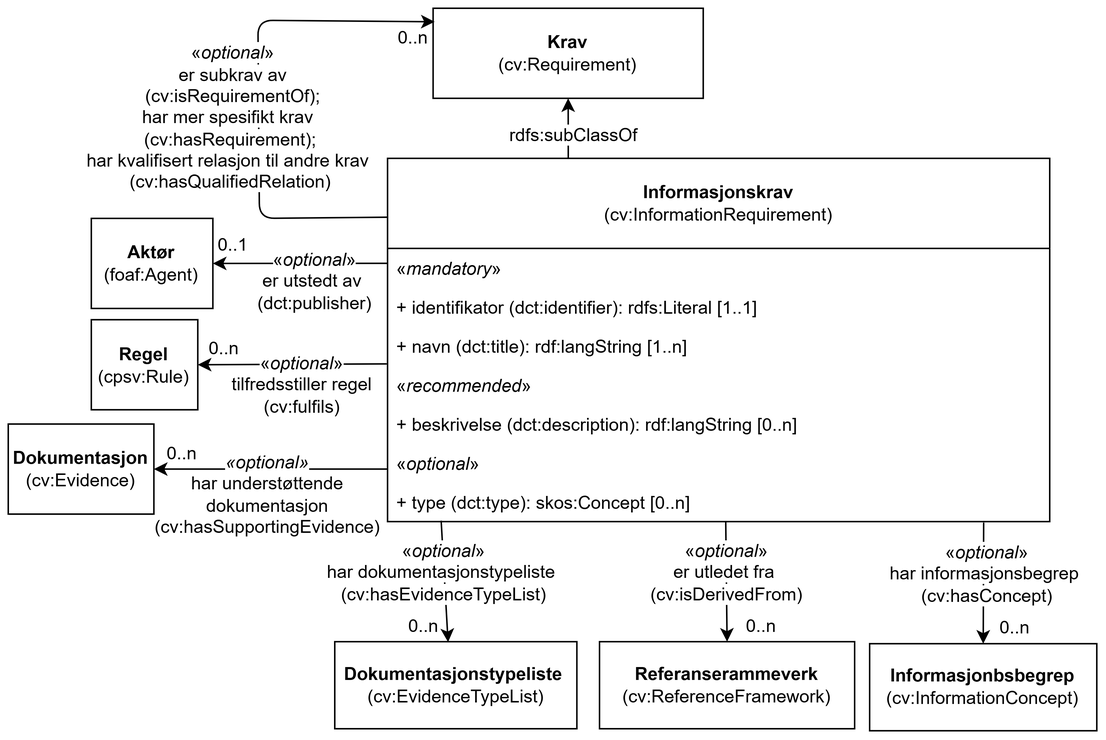
This is docs/images/KlassenInformasjonskrav.png from Informasjonsforvaltning/cccev-ap-no, a draw.io export, as it was before one commit. Source tidied: cells renumbered, new cells last; positions are measured from the earlier drawing's top-left corner, leaving out a move shared by most shapes.
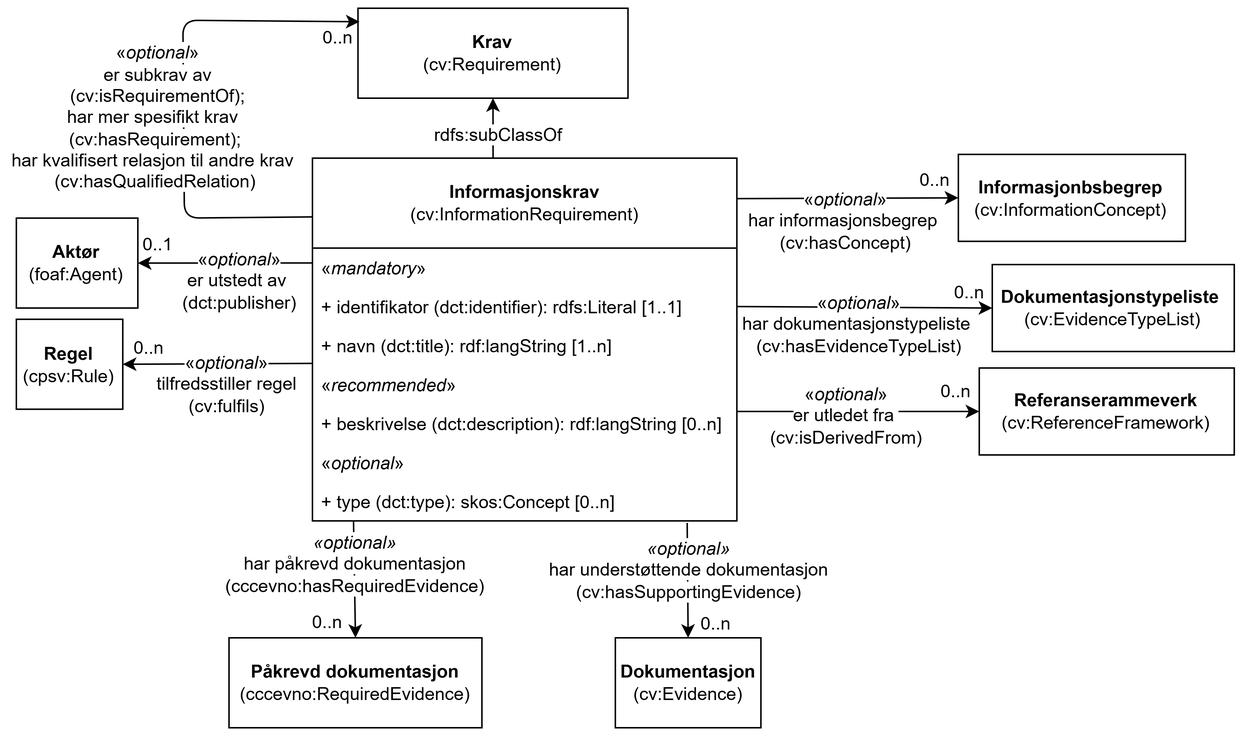
The same file after the commit.

What changed in the source:
```diff
@@ -3,136 +3,148 @@
     <mxCell id="0" />
     <mxCell id="1" parent="0" />
     <mxCell id="2" value="&lt;b&gt;Regel&lt;/b&gt;&lt;br&gt;(cpsv:Rule)" style="rounded=0;whiteSpace=wrap;html=1;fillColor=none;strokeColor=#000000;" parent="1" vertex="1">
-      <mxGeometry x="55.3" y="207.5" width="71" height="60" as="geometry" />
+      <mxGeometry x="-25.6" y="207.5" width="71" height="60" as="geometry" />
     </mxCell>
     <mxCell id="3" style="endArrow=classic;html=1;rounded=0;entryX=1;entryY=0.5;entryDx=0;entryDy=0;exitX=-0.001;exitY=0.382;exitDx=0;exitDy=0;exitPerimeter=0;" parent="1" edge="1" target="2">
       <mxGeometry relative="1" as="geometry">
-        <mxPoint x="252.2" y="236.9" as="sourcePoint" />
+        <mxPoint x="171.3" y="236.9" as="sourcePoint" />
       </mxGeometry>
     </mxCell>
     <mxCell id="4" value="&lt;span style=&quot;background-color: rgb(255, 255, 255);&quot;&gt;«&lt;i style=&quot;&quot;&gt;optional&lt;/i&gt;»&lt;br&gt;tilfredsstiller regel&lt;br&gt;(cv:fulfils)&lt;/span&gt;" style="text;html=1;strokeColor=none;fillColor=none;align=center;verticalAlign=middle;whiteSpace=wrap;rounded=0;" parent="1" vertex="1">
-      <mxGeometry x="146.9" y="225" width="98.4" height="52" as="geometry" />
+      <mxGeometry x="66" y="225" width="98.4" height="52" as="geometry" />
     </mxCell>
     <mxCell id="5" value="0..n" style="text;html=1;strokeColor=none;fillColor=none;align=center;verticalAlign=middle;whiteSpace=wrap;rounded=0;" parent="1" vertex="1">
-      <mxGeometry x="127.2" y="216.5" width="34" height="20" as="geometry" />
+      <mxGeometry x="46.2" y="216.5" width="34" height="20" as="geometry" />
     </mxCell>
     <mxCell id="6" value="&lt;b&gt;Informasjonbsbegrep&lt;/b&gt;&lt;br&gt;(cv:InformationConcept)" style="rounded=0;whiteSpace=wrap;html=1;fillColor=none;strokeColor=#000000;" parent="1" vertex="1">
-      <mxGeometry x="574" y="423.3" width="151.4" height="58" as="geometry" />
+      <mxGeometry x="602.4" y="97.5" width="151.4" height="58" as="geometry" />
     </mxCell>
-    <mxCell id="7" style="endArrow=classic;html=1;rounded=0;entryX=0.5;entryY=0;entryDx=0;entryDy=0;exitX=0.85;exitY=0.974;exitDx=0;exitDy=0;exitPerimeter=0;" parent="1" edge="1" target="6">
+    <mxCell id="7" style="endArrow=classic;html=1;rounded=0;entryX=0;entryY=0.5;entryDx=0;entryDy=0;" parent="1" edge="1" target="6">
       <mxGeometry relative="1" as="geometry">
-        <mxPoint x="650" y="342.7" as="sourcePoint" />
+        <mxPoint x="454.7" y="127" as="sourcePoint" />
       </mxGeometry>
     </mxCell>
     <mxCell id="8" value="&lt;span style=&quot;background-color: rgb(255, 255, 255);&quot;&gt;«&lt;i style=&quot;&quot;&gt;optional&lt;/i&gt;»&lt;br style=&quot;border-color: var(--border-color);&quot;&gt;har informasjonsbegrep&amp;nbsp;&lt;br style=&quot;border-color: var(--border-color);&quot;&gt;(cv:hasConcept)&lt;/span&gt;" style="text;html=1;strokeColor=none;fillColor=none;align=center;verticalAlign=middle;whiteSpace=wrap;rounded=0;" parent="1" vertex="1">
-      <mxGeometry x="580" y="351.3" width="145" height="52" as="geometry" />
+      <mxGeometry x="454.7" y="116" width="145" height="52" as="geometry" />
     </mxCell>
     <mxCell id="9" value="0..n" style="text;html=1;strokeColor=none;fillColor=none;align=center;verticalAlign=middle;whiteSpace=wrap;rounded=0;" parent="1" vertex="1">
-      <mxGeometry x="658" y="403.3" width="26" height="20" as="geometry" />
+      <mxGeometry x="573.7" y="105" width="26" height="20" as="geometry" />
     </mxCell>
     <mxCell id="10" value="&lt;b&gt;Dokumentasjonstypeliste&amp;nbsp;&lt;br&gt;&lt;/b&gt;(cv:EvidenceTypeList)" style="rounded=0;whiteSpace=wrap;html=1;fillColor=none;strokeColor=#000000;" parent="1" vertex="1">
-      <mxGeometry x="217.6" y="422" width="161.3" height="58" as="geometry" />
+      <mxGeometry x="625" y="171" width="161.3" height="58" as="geometry" />
     </mxCell>
-    <mxCell id="11" style="endArrow=classic;html=1;rounded=0;exitX=0.081;exitY=0.976;exitDx=0;exitDy=0;exitPerimeter=0;entryX=0.468;entryY=0.005;entryDx=0;entryDy=0;entryPerimeter=0;" parent="1" edge="1" source="31" target="10">
+    <mxCell id="11" style="endArrow=classic;html=1;rounded=0;exitX=1;exitY=0.5;exitDx=0;exitDy=0;entryX=0;entryY=0.5;entryDx=0;entryDy=0;" parent="1" edge="1" source="26" target="10">
       <mxGeometry relative="1" as="geometry" />
     </mxCell>
     <mxCell id="12" value="&lt;span style=&quot;background-color: rgb(255, 255, 255);&quot;&gt;«&lt;i style=&quot;&quot;&gt;optional&lt;/i&gt;»&lt;br&gt;har dokumentasjonstypeliste&amp;nbsp;&lt;br&gt;(cv:hasEvidenceTypeList)&lt;/span&gt;" style="text;html=1;strokeColor=none;fillColor=none;align=center;verticalAlign=middle;whiteSpace=wrap;rounded=0;" parent="1" vertex="1">
-      <mxGeometry x="201.6" y="350" width="177.3" height="52" as="geometry" />
+      <mxGeometry x="447.7" y="184.5" width="177.3" height="52" as="geometry" />
     </mxCell>
     <mxCell id="13" value="0..n" style="text;html=1;strokeColor=none;fillColor=none;align=center;verticalAlign=middle;whiteSpace=wrap;rounded=0;" parent="1" vertex="1">
-      <mxGeometry x="264" y="402" width="26" height="20" as="geometry" />
+      <mxGeometry x="597" y="180" width="26" height="20" as="geometry" />
     </mxCell>
     <mxCell id="14" style="endArrow=none;html=1;rounded=1;exitX=0;exitY=0.5;exitDx=0;exitDy=0;endFill=0;startArrow=classic;startFill=1;entryX=0.001;entryY=0.162;entryDx=0;entryDy=0;entryPerimeter=0;" parent="1" edge="1" target="24">
       <mxGeometry relative="1" as="geometry">
-        <mxPoint x="284.1" y="9" as="sourcePoint" />
+        <mxPoint x="203.2" y="9" as="sourcePoint" />
         <Array as="points">
-          <mxPoint x="166.4" y="8" />
-          <mxPoint x="167.3" y="140" />
+          <mxPoint x="85.4" y="8" />
+          <mxPoint x="86.4" y="140" />
         </Array>
       </mxGeometry>
     </mxCell>
     <mxCell id="15" value="0..n" style="text;html=1;strokeColor=none;fillColor=none;align=center;verticalAlign=middle;whiteSpace=wrap;rounded=0;" parent="1" vertex="1">
-      <mxGeometry x="257.1" y="10" width="26" height="20" as="geometry" />
+      <mxGeometry x="176.2" y="10" width="26" height="20" as="geometry" />
     </mxCell>
     <mxCell id="16" value="&lt;b&gt;Aktør&lt;/b&gt;&lt;br&gt;(foaf:Agent)" style="rounded=0;whiteSpace=wrap;html=1;fillColor=none;strokeColor=#000000;" parent="1" vertex="1">
-      <mxGeometry x="55.3" y="140" width="81" height="60" as="geometry" />
+      <mxGeometry x="-25.6" y="140" width="81" height="60" as="geometry" />
     </mxCell>
     <mxCell id="17" style="endArrow=classic;html=1;rounded=1;entryX=1;entryY=0.5;entryDx=0;entryDy=0;exitX=0;exitY=0.227;exitDx=0;exitDy=0;exitPerimeter=0;" parent="1" edge="1" target="16">
       <mxGeometry relative="1" as="geometry">
-        <mxPoint x="252.7" y="169.9" as="sourcePoint" />
+        <mxPoint x="171.8" y="169.9" as="sourcePoint" />
       </mxGeometry>
     </mxCell>
     <mxCell id="18" value="0..1" style="text;html=1;strokeColor=none;fillColor=none;align=center;verticalAlign=middle;whiteSpace=wrap;rounded=0;" parent="1" vertex="1">
-      <mxGeometry x="136.9" y="148" width="26" height="20" as="geometry" />
+      <mxGeometry x="56" y="148" width="26" height="20" as="geometry" />
     </mxCell>
     <mxCell id="19" value="&lt;span style=&quot;background-color: rgb(255, 255, 255);&quot;&gt;«&lt;i style=&quot;&quot;&gt;optional&lt;/i&gt;»&lt;br&gt;er utstedt av&amp;nbsp;&lt;br&gt;(dct:publisher)&lt;/span&gt;" style="text;html=1;strokeColor=none;fillColor=none;align=center;verticalAlign=middle;whiteSpace=wrap;rounded=0;" parent="1" vertex="1">
-      <mxGeometry x="162.8" y="155.5" width="82.6" height="52" as="geometry" />
+      <mxGeometry x="81.8" y="155.5" width="82.6" height="52" as="geometry" />
     </mxCell>
     <mxCell id="20" value="&lt;b&gt;Referanserammeverk&lt;/b&gt;&lt;br&gt;(cv:ReferenceFramework)" style="rounded=0;whiteSpace=wrap;html=1;fillColor=none;strokeColor=#000000;" parent="1" vertex="1">
-      <mxGeometry x="394" y="422" width="170" height="58" as="geometry" />
+      <mxGeometry x="616.3" y="240" width="170" height="58" as="geometry" />
     </mxCell>
-    <mxCell id="21" style="endArrow=classic;html=1;rounded=1;entryX=0.5;entryY=0;entryDx=0;entryDy=0;exitX=0.471;exitY=1.001;exitDx=0;exitDy=0;exitPerimeter=0;" parent="1" edge="1" target="20">
+    <mxCell id="21" style="endArrow=classic;html=1;rounded=1;entryX=0;entryY=0.5;entryDx=0;entryDy=0;exitX=1;exitY=0.5;exitDx=0;exitDy=0;" parent="1" edge="1" target="20">
       <mxGeometry relative="1" as="geometry">
-        <mxPoint x="478.1" y="342" as="sourcePoint" />
+        <mxPoint x="455" y="269" as="sourcePoint" />
       </mxGeometry>
     </mxCell>
     <mxCell id="22" value="&lt;span style=&quot;background-color: rgb(255, 255, 255);&quot;&gt;«&lt;i style=&quot;&quot;&gt;optional&lt;/i&gt;»&lt;br&gt;er utledet fra&amp;nbsp;&lt;br&gt;(cv:isDerivedFrom)&lt;/span&gt;" style="text;html=1;strokeColor=none;fillColor=none;align=center;verticalAlign=middle;whiteSpace=wrap;rounded=0;" parent="1" vertex="1">
-      <mxGeometry x="439.4" y="350" width="80" height="52" as="geometry" />
+      <mxGeometry x="487.5" y="246" width="80" height="52" as="geometry" />
     </mxCell>
     <mxCell id="23" value="0..n" style="text;html=1;strokeColor=none;fillColor=none;align=center;verticalAlign=middle;whiteSpace=wrap;rounded=0;" parent="1" vertex="1">
-      <mxGeometry x="489.4" y="402" width="26" height="20" as="geometry" />
+      <mxGeometry x="588" y="246" width="26" height="20" as="geometry" />
     </mxCell>
     <mxCell id="24" value="&lt;b style=&quot;border-color: var(--border-color);&quot;&gt;Informasjonskrav&lt;/b&gt;&lt;br style=&quot;border-color: var(--border-color);&quot;&gt;(cv:InformationRequirement)" style="swimlane;fontStyle=0;horizontal=1;startSize=60;fillColor=none;whiteSpace=wrap;html=1;" parent="1" vertex="1">
-      <mxGeometry x="252.7" y="100" width="441.3" height="242" as="geometry" />
+      <mxGeometry x="171.8" y="100" width="282.9" height="242" as="geometry" />
     </mxCell>
     <mxCell id="25" value="«&lt;i&gt;mandatory&lt;/i&gt;»" style="text;align=left;verticalAlign=top;spacingLeft=4;spacingRight=4;overflow=hidden;whiteSpace=wrap;html=1;fillColor=none;" parent="24" vertex="1">
-      <mxGeometry y="60" width="441.3" height="26" as="geometry" />
+      <mxGeometry y="60" width="282.9" height="26" as="geometry" />
     </mxCell>
     <mxCell id="26" value="+&amp;nbsp;identifikator&amp;nbsp;(dct:identifier): rdfs:Literal [1..1]" style="text;align=left;verticalAlign=top;spacingLeft=4;spacingRight=4;overflow=hidden;points=[[0,0.5],[1,0.5]];portConstraint=eastwest;whiteSpace=wrap;html=1;fillColor=none;" parent="24" vertex="1">
-      <mxGeometry y="86" width="441.3" height="26" as="geometry" />
+      <mxGeometry y="86" width="282.9" height="26" as="geometry" />
     </mxCell>
     <mxCell id="27" value="+&amp;nbsp;navn (dct:title): rdf:langString [1..n]" style="text;align=left;verticalAlign=top;spacingLeft=4;spacingRight=4;overflow=hidden;whiteSpace=wrap;html=1;fillColor=none;" parent="24" vertex="1">
-      <mxGeometry y="112" width="441.3" height="26" as="geometry" />
+      <mxGeometry y="112" width="282.9" height="26" as="geometry" />
     </mxCell>
     <mxCell id="28" value="«&lt;i style=&quot;&quot;&gt;recommended&lt;/i&gt;»" style="text;align=left;verticalAlign=top;spacingLeft=4;spacingRight=4;overflow=hidden;whiteSpace=wrap;html=1;fillColor=none;" parent="24" vertex="1">
-      <mxGeometry y="138" width="441.3" height="26" as="geometry" />
+      <mxGeometry y="138" width="282.9" height="26" as="geometry" />
     </mxCell>
     <mxCell id="29" value="+&amp;nbsp;beskrivelse (dct:description): rdf:langString [0..n]" style="text;align=left;verticalAlign=top;spacingLeft=4;spacingRight=4;overflow=hidden;whiteSpace=wrap;html=1;fillColor=none;" parent="24" vertex="1">
-      <mxGeometry y="164" width="441.3" height="26" as="geometry" />
+      <mxGeometry y="164" width="282.9" height="26" as="geometry" />
     </mxCell>
     <mxCell id="30" value="«&lt;i&gt;optional&lt;/i&gt;»" style="text;align=left;verticalAlign=top;spacingLeft=4;spacingRight=4;overflow=hidden;whiteSpace=wrap;html=1;fillColor=none;" parent="24" vertex="1">
-      <mxGeometry y="190" width="441.3" height="26" as="geometry" />
+      <mxGeometry y="190" width="282.9" height="26" as="geometry" />
     </mxCell>
     <mxCell id="31" value="+&amp;nbsp;type (dct:type): skos:Concept [0..n]" style="text;align=left;verticalAlign=top;spacingLeft=4;spacingRight=4;overflow=hidden;points=[[0,0.5],[1,0.5]];portConstraint=eastwest;whiteSpace=wrap;html=1;fillColor=none;" parent="24" vertex="1">
-      <mxGeometry y="216" width="441.3" height="26" as="geometry" />
+      <mxGeometry y="216" width="282.9" height="26" as="geometry" />
     </mxCell>
     <mxCell id="32" value="&lt;span style=&quot;background-color: rgb(255, 255, 255);&quot;&gt;«&lt;i style=&quot;&quot;&gt;optional&lt;/i&gt;»&lt;br&gt;er subkrav av&lt;br&gt;(cv:isRequirementOf);&lt;br&gt;har mer spesifikt krav&amp;nbsp;&amp;nbsp;&lt;br&gt;(cv:hasRequirement);&amp;nbsp;&lt;br&gt;har kvalifisert relasjon til andre krav&amp;nbsp;&amp;nbsp;&lt;br&gt;(cv:hasQualifiedRelation)&amp;nbsp;&lt;/span&gt;&lt;span style=&quot;background-color: rgb(255, 255, 0);&quot;&gt;&lt;br&gt;&lt;/span&gt;" style="text;html=1;strokeColor=none;fillColor=none;align=center;verticalAlign=middle;whiteSpace=wrap;rounded=0;" parent="1" vertex="1">
-      <mxGeometry x="50" y="20" width="200" height="105" as="geometry" />
+      <mxGeometry x="-31" y="20" width="200" height="105" as="geometry" />
     </mxCell>
     <mxCell id="33" value="&lt;b&gt;Krav&lt;br&gt;&lt;/b&gt;(cv:Requirement)" style="rounded=0;whiteSpace=wrap;html=1;verticalAlign=middle;fontFamily=Helvetica;fontSize=12;fillColor=none;" parent="1" vertex="1">
-      <mxGeometry x="283.1" width="180" height="60" as="geometry" />
+      <mxGeometry x="202.2" width="180" height="60" as="geometry" />
     </mxCell>
     <mxCell id="34" style="endArrow=classic;html=1;rounded=0;exitX=0.5;exitY=0;exitDx=0;exitDy=0;endFill=1;entryX=0.5;entryY=1;entryDx=0;entryDy=0;" parent="1" edge="1" target="33">
       <mxGeometry relative="1" as="geometry">
-        <mxPoint x="373.2" y="100" as="sourcePoint" />
+        <mxPoint x="292.2" y="100" as="sourcePoint" />
       </mxGeometry>
     </mxCell>
     <mxCell id="35" value="&lt;span style=&quot;background-color: rgb(255, 255, 255);&quot;&gt;rdfs:subClassOf&lt;/span&gt;" style="text;html=1;strokeColor=none;fillColor=none;align=center;verticalAlign=middle;whiteSpace=wrap;rounded=0;" parent="1" vertex="1">
-      <mxGeometry x="346.8" y="70" width="60" height="30" as="geometry" />
+      <mxGeometry x="265.9" y="70" width="60" height="30" as="geometry" />
     </mxCell>
     <mxCell id="36" value="&lt;b&gt;Dokumentasjon&lt;/b&gt;&lt;br&gt;(cv:Evidence)" style="rounded=0;whiteSpace=wrap;html=1;fillColor=none;strokeColor=#000000;" parent="1" vertex="1">
-      <mxGeometry y="277" width="97" height="60" as="geometry" />
+      <mxGeometry x="373.7" y="420" width="97" height="60" as="geometry" />
     </mxCell>
-    <mxCell id="37" style="endArrow=classic;html=1;rounded=0;exitX=0;exitY=0.333;exitDx=0;exitDy=0;exitPerimeter=0;entryX=1;entryY=0.5;entryDx=0;entryDy=0;" parent="1" edge="1" target="36">
-      <mxGeometry relative="1" as="geometry">
-        <mxPoint x="252.7" y="307" as="sourcePoint" />
-      </mxGeometry>
+    <mxCell id="37" style="endArrow=classic;html=1;rounded=0;exitX=0.883;exitY=1.051;exitDx=0;exitDy=0;exitPerimeter=0;entryX=0.5;entryY=0;entryDx=0;entryDy=0;" parent="1" edge="1" source="31" target="36">
+      <mxGeometry relative="1" as="geometry" />
     </mxCell>
     <mxCell id="38" value="&lt;span style=&quot;background-color: light-dark(#ffffff, var(--ge-dark-color, #121212));&quot;&gt;&lt;i&gt;«optional»&lt;br&gt;&lt;/i&gt;har understøttende dokumentasjon&lt;br&gt;(cv:hasSupportingEvidence)&lt;/span&gt;" style="text;html=1;whiteSpace=wrap;strokeColor=none;fillColor=none;align=center;verticalAlign=middle;rounded=0;" parent="1" vertex="1">
-      <mxGeometry x="142.7" y="309" width="60" height="30" as="geometry" />
+      <mxGeometry x="325.4" y="360" width="195.7" height="30" as="geometry" />
     </mxCell>
     <mxCell id="39" value="0..n" style="text;html=1;strokeColor=none;fillColor=none;align=center;verticalAlign=middle;whiteSpace=wrap;rounded=0;" parent="1" vertex="1">
-      <mxGeometry x="99" y="287" width="34" height="20" as="geometry" />
+      <mxGeometry x="423.7" y="401" width="34" height="20" as="geometry" />
     </mxCell>
+    <mxCell id="40" value="&lt;b&gt;Påkrevd dokumentasjon&lt;/b&gt;&lt;br&gt;(cccevno:RequiredEvidence)" style="rounded=0;whiteSpace=wrap;html=1;fillColor=none;strokeColor=#000000;" parent="1" vertex="1">
+      <mxGeometry x="116.2" y="420" width="168.6" height="60" as="geometry" />
+    </mxCell>
+    <mxCell id="41" style="endArrow=classic;html=1;rounded=0;exitX=0.095;exitY=0.987;exitDx=0;exitDy=0;exitPerimeter=0;entryX=0.5;entryY=0;entryDx=0;entryDy=0;" parent="1" edge="1" target="40">
+      <mxGeometry relative="1" as="geometry">
+        <mxPoint x="199.2" y="342" as="sourcePoint" />
+      </mxGeometry>
+    </mxCell>
+    <mxCell id="42" value="&lt;span style=&quot;background-color: light-dark(#ffffff, var(--ge-dark-color, #121212));&quot;&gt;&lt;i&gt;«optional»&lt;br&gt;&lt;/i&gt;har påkrevd dokumentasjon&lt;br&gt;(cccevno:hasRequiredEvidence)&lt;/span&gt;" style="text;html=1;whiteSpace=wrap;strokeColor=none;fillColor=none;align=center;verticalAlign=middle;rounded=0;" parent="1" vertex="1">
+      <mxGeometry x="94.7" y="356" width="211.5" height="30" as="geometry" />
+    </mxCell>
+    <mxCell id="43" value="0..n" style="text;html=1;strokeColor=none;fillColor=none;align=center;verticalAlign=middle;whiteSpace=wrap;rounded=0;" parent="1" vertex="1">
+      <mxGeometry x="165.4" y="400" width="34" height="20" as="geometry" />
+    </mxCell>
   </root>
 </mxGraphModel>
```
